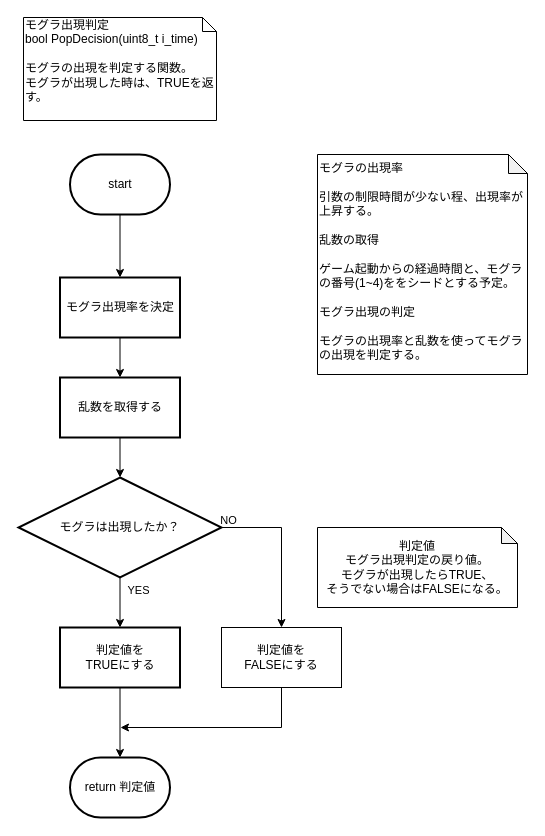
The draw.io diagram page "モグラ出現判定" (5 of 5) of 資料/設計書/フローチャート/モグラ叩き_フローチャート_割り込み.drawio in hakohumi/comp.train.whack-a-mole, before the edit. Source tidied: cells renumbered, new cells numbered last; positions are measured from the earlier drawing's top-left corner, leaving out a move shared by most shapes. Both pictures are drawn from the tidied source at 100%, with x=0, y=0 at pixel (18, 17).
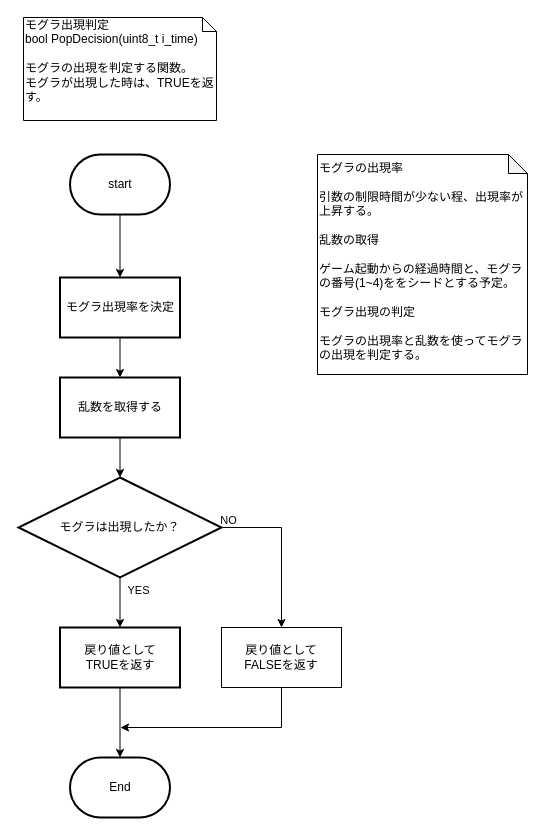
The same page after the edit.

Change to the diagram source:
```diff
@@
-    <mxCell id="5" value="return 判定値" style="strokeWidth=2;html=1;shape=mxgraph.flowchart.terminator;whiteSpace=wrap;" parent="1" vertex="1">
+    <mxCell id="5" value="End" style="strokeWidth=2;html=1;shape=mxgraph.flowchart.terminator;whiteSpace=wrap;" parent="1" vertex="1">
       <mxGeometry x="51.5" y="740" width="100" height="60" as="geometry" />
     </mxCell>
@@
-    <mxCell id="14" value="判定値を&lt;br&gt;TRUEにする" style="whiteSpace=wrap;html=1;strokeWidth=2;" parent="1" vertex="1">
+    <mxCell id="14" value="戻り値として&lt;br&gt;TRUEを返す" style="whiteSpace=wrap;html=1;strokeWidth=2;" parent="1" vertex="1">
       <mxGeometry x="41.5" y="610" width="120" height="60" as="geometry" />
     </mxCell>
@@
-    <mxCell id="16" value="判定値&lt;br&gt;モグラ出現判定の戻り値。&lt;br&gt;モグラが出現したらTRUE、&lt;br&gt;そうでない場合はFALSEになる。" style="shape=note;whiteSpace=wrap;html=1;backgroundOutline=1;darkOpacity=0.05;size=16;" parent="1" vertex="1">
-      <mxGeometry x="299" y="510" width="200" height="80" as="geometry" />
-    </mxCell>
@@
-    <mxCell id="18" value="判定値を&lt;br&gt;FALSEにする" style="rounded=0;whiteSpace=wrap;html=1;" parent="1" vertex="1">
+    <mxCell id="18" value="戻り値として&lt;br&gt;FALSEを返す" style="rounded=0;whiteSpace=wrap;html=1;" parent="1" vertex="1">
       <mxGeometry x="203" y="610" width="120" height="60" as="geometry" />
     </mxCell>
```
